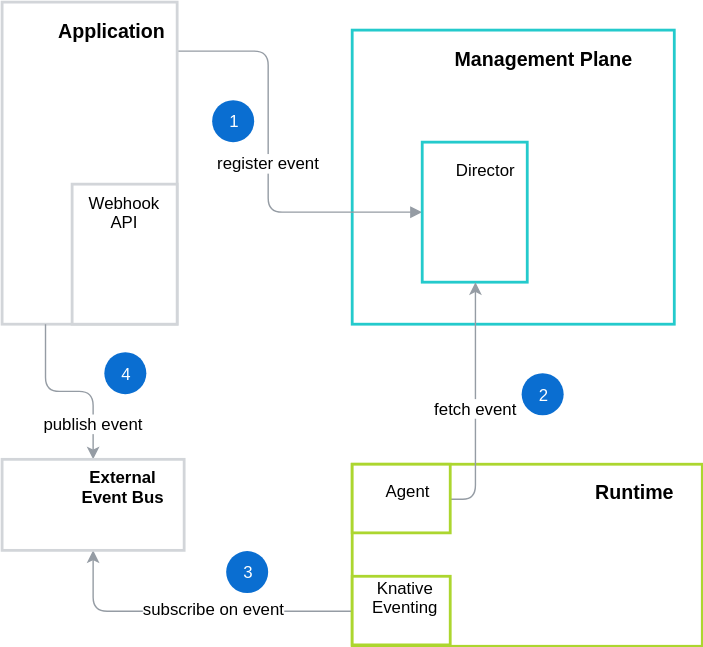
This is docs/architecture/assets/external-event-flow.svg from kyma-incubator/compass, a draw.io export, as it was before one commit. Source tidied: cells renumbered, new cells last; positions are measured from the earlier drawing's top-left corner, leaving out a move shared by most shapes. Source of this version:
```xml
<mxGraphModel background="#FFFFFF">
  <root>
    <mxCell id="0" />
    <mxCell id="1" parent="0" />
    <mxCell id="2" style="rounded=0;whiteSpace=wrap;html=1;strokeColor=#24CACC;strokeWidth=2;horizontal=1;" parent="1" vertex="1">
      <mxGeometry x="250" y="20" width="230" height="210" as="geometry" />
    </mxCell>
    <mxCell id="3" value="Management Plane&lt;br style=&quot;font-size: 14px&quot;&gt;" style="text;html=1;strokeColor=none;fillColor=none;align=center;verticalAlign=middle;whiteSpace=wrap;rounded=0;fontStyle=1;fontSize=14;" parent="1" vertex="1">
      <mxGeometry x="300" y="30" width="172" height="20" as="geometry" />
    </mxCell>
    <mxCell id="4" style="rounded=0;whiteSpace=wrap;html=1;strokeColor=#ACD62F;strokeWidth=2;horizontal=1;" parent="1" vertex="1">
      <mxGeometry x="250" y="330" width="250" height="130" as="geometry" />
    </mxCell>
    <mxCell id="5" value="&amp;nbsp;Runtime&lt;br style=&quot;font-size: 14px;&quot;&gt;" style="text;html=1;strokeColor=none;fillColor=none;align=center;verticalAlign=middle;whiteSpace=wrap;rounded=0;fontStyle=1;fontSize=14;" parent="1" vertex="1">
      <mxGeometry x="412.5" y="339" width="74" height="20" as="geometry" />
    </mxCell>
    <mxCell id="6" value="register event" style="edgeStyle=orthogonalEdgeStyle;rounded=1;jettySize=auto;html=1;exitX=1;exitY=0.152;exitDx=0;exitDy=0;startArrow=none;startFill=0;endArrow=block;endFill=1;strokeColor=#959CA4;fontSize=12;exitPerimeter=0;entryX=0;entryY=0.5;entryDx=0;entryDy=0;" parent="1" edge="1" source="7" target="16">
      <mxGeometry relative="1" as="geometry">
        <Array as="points">
          <mxPoint x="190" y="35" />
          <mxPoint x="190" y="150" />
        </Array>
      </mxGeometry>
    </mxCell>
    <mxCell id="7" style="rounded=0;whiteSpace=wrap;html=1;strokeColor=#D2D5D9;strokeWidth=2;horizontal=1;" parent="1" vertex="1">
      <mxGeometry width="125" height="230" as="geometry" />
    </mxCell>
    <mxCell id="8" value="Application&amp;nbsp;&lt;br style=&quot;font-size: 14px;&quot;&gt;" style="text;html=1;strokeColor=none;fillColor=none;align=center;verticalAlign=middle;whiteSpace=wrap;rounded=0;fontStyle=1;fontSize=14;" parent="1" vertex="1">
      <mxGeometry x="40" y="10" width="80" height="20" as="geometry" />
    </mxCell>
    <mxCell id="9" style="edgeStyle=orthogonalEdgeStyle;rounded=1;jettySize=auto;html=1;strokeColor=#959CA4;exitX=0.25;exitY=1;exitDx=0;exitDy=0;" parent="1" edge="1" source="7" target="14">
      <mxGeometry relative="1" as="geometry" />
    </mxCell>
    <mxCell id="10" value="publish event&lt;br&gt;" style="text;html=1;align=center;verticalAlign=middle;labelBackgroundColor=#ffffff;" parent="9" vertex="1">
      <mxGeometry x="-0.7" relative="1" as="geometry">
        <mxPoint x="34" y="50" as="offset" />
      </mxGeometry>
    </mxCell>
    <mxCell id="11" style="rounded=0;whiteSpace=wrap;html=1;strokeColor=#D2D5D9;strokeWidth=2;horizontal=1;" parent="1" vertex="1">
      <mxGeometry x="50" y="130" width="75" height="100" as="geometry" />
    </mxCell>
    <mxCell id="12" style="edgeStyle=orthogonalEdgeStyle;rounded=1;jettySize=auto;html=1;strokeColor=#959CA4;exitX=0;exitY=0.5;exitDx=0;exitDy=0;" parent="1" edge="1" source="18" target="14">
      <mxGeometry relative="1" as="geometry" />
    </mxCell>
    <mxCell id="13" value="subscribe on event" style="text;html=1;align=center;verticalAlign=middle;labelBackgroundColor=#ffffff;" parent="12" vertex="1">
      <mxGeometry x="-0.14" y="-3" relative="1" as="geometry" />
    </mxCell>
    <mxCell id="14" style="rounded=0;whiteSpace=wrap;html=1;strokeColor=#D2D5D9;strokeWidth=2;horizontal=1;" parent="1" vertex="1">
      <mxGeometry y="326.5" width="130" height="65" as="geometry" />
    </mxCell>
    <mxCell id="15" value="Webhook API" style="text;html=1;strokeColor=none;fillColor=none;align=center;verticalAlign=middle;whiteSpace=wrap;rounded=0;fontSize=12;" parent="1" vertex="1">
      <mxGeometry x="67.5" y="140" width="40" height="20" as="geometry" />
    </mxCell>
    <mxCell id="16" style="rounded=0;whiteSpace=wrap;html=1;strokeColor=#24CACC;strokeWidth=2;horizontal=1;" parent="1" vertex="1">
      <mxGeometry x="300" y="100" width="75" height="100" as="geometry" />
    </mxCell>
    <mxCell id="17" value="Director" style="text;html=1;strokeColor=none;fillColor=none;align=center;verticalAlign=middle;whiteSpace=wrap;rounded=0;fontSize=12;" parent="1" vertex="1">
      <mxGeometry x="325" y="110" width="40" height="20" as="geometry" />
    </mxCell>
    <mxCell id="18" style="rounded=0;whiteSpace=wrap;html=1;strokeColor=#ACD62F;strokeWidth=2;horizontal=1;" parent="1" vertex="1">
      <mxGeometry x="250" y="410" width="70" height="49" as="geometry" />
    </mxCell>
    <mxCell id="19" value="Knative Eventing&lt;br&gt;" style="text;html=1;strokeColor=none;fillColor=none;align=center;verticalAlign=middle;whiteSpace=wrap;rounded=0;fontSize=12;fontStyle=0;" parent="1" vertex="1">
      <mxGeometry x="267.5" y="414.5" width="40" height="20" as="geometry" />
    </mxCell>
    <mxCell id="20" value="External Event Bus&lt;br&gt;&lt;br&gt;" style="text;html=1;strokeColor=none;fillColor=none;align=center;verticalAlign=middle;whiteSpace=wrap;rounded=0;fontStyle=1;" parent="1" vertex="1">
      <mxGeometry x="53" y="339" width="67" height="28" as="geometry" />
    </mxCell>
    <mxCell id="21" value="&lt;font style=&quot;font-size: 12px&quot;&gt;fetch event&lt;/font&gt;&lt;br&gt;" style="edgeStyle=orthogonalEdgeStyle;rounded=1;jettySize=auto;html=1;exitX=1;exitY=0.5;exitDx=0;exitDy=0;strokeColor=#959CA4;" parent="1" edge="1" source="22" target="16">
      <mxGeometry x="-0.04" relative="1" as="geometry">
        <Array as="points">
          <mxPoint x="338" y="355" />
        </Array>
      </mxGeometry>
    </mxCell>
    <mxCell id="22" style="rounded=0;whiteSpace=wrap;html=1;strokeColor=#ACD62F;strokeWidth=2;horizontal=1;" parent="1" vertex="1">
      <mxGeometry x="250" y="330" width="70" height="49" as="geometry" />
    </mxCell>
    <mxCell id="23" value="Agent&lt;br&gt;" style="text;html=1;strokeColor=none;fillColor=none;align=center;verticalAlign=middle;whiteSpace=wrap;rounded=0;" parent="1" vertex="1">
      <mxGeometry x="270" y="339" width="40" height="20" as="geometry" />
    </mxCell>
    <mxCell id="24" value="1" style="ellipse;whiteSpace=wrap;html=1;strokeColor=none;strokeWidth=1;fillColor=#0A6ED1;fontColor=#FFFFFF;" parent="1" vertex="1">
      <mxGeometry x="150" y="70" width="30" height="30" as="geometry" />
    </mxCell>
    <mxCell id="25" value="2" style="ellipse;whiteSpace=wrap;html=1;strokeColor=none;strokeWidth=1;fillColor=#0A6ED1;fontColor=#FFFFFF;" parent="1" vertex="1">
      <mxGeometry x="371" y="265" width="30" height="30" as="geometry" />
    </mxCell>
    <mxCell id="26" value="4" style="ellipse;whiteSpace=wrap;html=1;strokeColor=none;strokeWidth=1;fillColor=#0A6ED1;fontColor=#FFFFFF;" parent="1" vertex="1">
      <mxGeometry x="72.5" y="250" width="30" height="30" as="geometry" />
    </mxCell>
    <mxCell id="27" value="3" style="ellipse;whiteSpace=wrap;html=1;strokeColor=none;strokeWidth=1;fillColor=#0A6ED1;fontColor=#FFFFFF;" parent="1" vertex="1">
      <mxGeometry x="160" y="391.5" width="30" height="30" as="geometry" />
    </mxCell>
  </root>
</mxGraphModel>
```
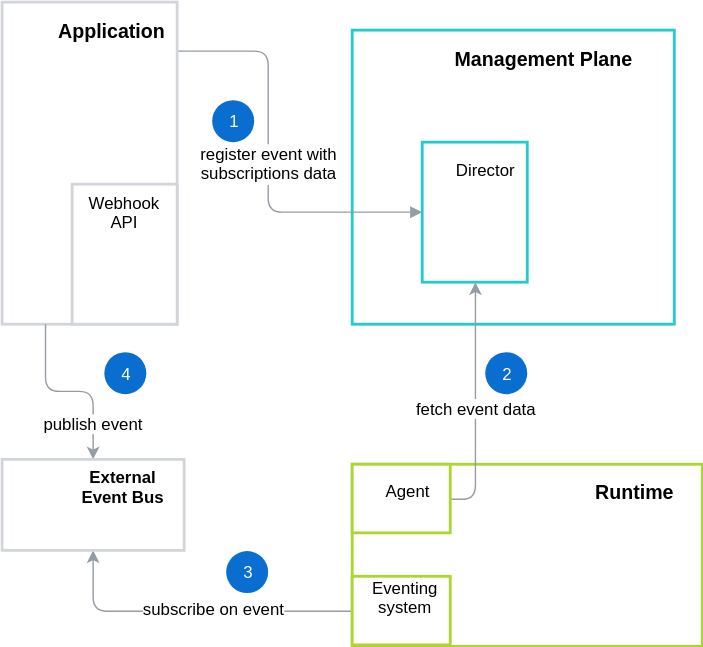
After the commit.

Diff of the diagram source:
```diff
@@ -14,7 +14,7 @@
     <mxCell id="5" value="&amp;nbsp;Runtime&lt;br style=&quot;font-size: 14px;&quot;&gt;" style="text;html=1;strokeColor=none;fillColor=none;align=center;verticalAlign=middle;whiteSpace=wrap;rounded=0;fontStyle=1;fontSize=14;" parent="1" vertex="1">
       <mxGeometry x="412.5" y="339" width="74" height="20" as="geometry" />
     </mxCell>
-    <mxCell id="6" value="register event" style="edgeStyle=orthogonalEdgeStyle;rounded=1;jettySize=auto;html=1;exitX=1;exitY=0.152;exitDx=0;exitDy=0;startArrow=none;startFill=0;endArrow=block;endFill=1;strokeColor=#959CA4;fontSize=12;exitPerimeter=0;entryX=0;entryY=0.5;entryDx=0;entryDy=0;" parent="1" edge="1" source="7" target="16">
+    <mxCell id="6" value="register event with&lt;br&gt;subscriptions data&lt;br&gt;" style="edgeStyle=orthogonalEdgeStyle;rounded=1;jettySize=auto;html=1;exitX=1;exitY=0.152;exitDx=0;exitDy=0;startArrow=none;startFill=0;endArrow=block;endFill=1;strokeColor=#959CA4;fontSize=12;exitPerimeter=0;entryX=0;entryY=0.5;entryDx=0;entryDy=0;" parent="1" edge="1" source="7" target="16">
       <mxGeometry relative="1" as="geometry">
         <Array as="points">
           <mxPoint x="190" y="35" />
@@ -60,13 +60,13 @@
     <mxCell id="18" style="rounded=0;whiteSpace=wrap;html=1;strokeColor=#ACD62F;strokeWidth=2;horizontal=1;" parent="1" vertex="1">
       <mxGeometry x="250" y="410" width="70" height="49" as="geometry" />
     </mxCell>
-    <mxCell id="19" value="Knative Eventing&lt;br&gt;" style="text;html=1;strokeColor=none;fillColor=none;align=center;verticalAlign=middle;whiteSpace=wrap;rounded=0;fontSize=12;fontStyle=0;" parent="1" vertex="1">
+    <mxCell id="19" value="Eventing system&lt;br&gt;" style="text;html=1;strokeColor=none;fillColor=none;align=center;verticalAlign=middle;whiteSpace=wrap;rounded=0;fontSize=12;fontStyle=0;" parent="1" vertex="1">
       <mxGeometry x="267.5" y="414.5" width="40" height="20" as="geometry" />
     </mxCell>
     <mxCell id="20" value="External Event Bus&lt;br&gt;&lt;br&gt;" style="text;html=1;strokeColor=none;fillColor=none;align=center;verticalAlign=middle;whiteSpace=wrap;rounded=0;fontStyle=1;" parent="1" vertex="1">
       <mxGeometry x="53" y="339" width="67" height="28" as="geometry" />
     </mxCell>
-    <mxCell id="21" value="&lt;font style=&quot;font-size: 12px&quot;&gt;fetch event&lt;/font&gt;&lt;br&gt;" style="edgeStyle=orthogonalEdgeStyle;rounded=1;jettySize=auto;html=1;exitX=1;exitY=0.5;exitDx=0;exitDy=0;strokeColor=#959CA4;" parent="1" edge="1" source="22" target="16">
+    <mxCell id="21" value="&lt;font style=&quot;font-size: 12px&quot;&gt;fetch event data&lt;/font&gt;&lt;br&gt;" style="edgeStyle=orthogonalEdgeStyle;rounded=1;jettySize=auto;html=1;exitX=1;exitY=0.5;exitDx=0;exitDy=0;strokeColor=#959CA4;" parent="1" edge="1" source="22" target="16">
       <mxGeometry x="-0.04" relative="1" as="geometry">
         <Array as="points">
           <mxPoint x="338" y="355" />
@@ -83,7 +83,7 @@
       <mxGeometry x="150" y="70" width="30" height="30" as="geometry" />
     </mxCell>
     <mxCell id="25" value="2" style="ellipse;whiteSpace=wrap;html=1;strokeColor=none;strokeWidth=1;fillColor=#0A6ED1;fontColor=#FFFFFF;" parent="1" vertex="1">
-      <mxGeometry x="371" y="265" width="30" height="30" as="geometry" />
+      <mxGeometry x="345" y="250" width="30" height="30" as="geometry" />
     </mxCell>
     <mxCell id="26" value="4" style="ellipse;whiteSpace=wrap;html=1;strokeColor=none;strokeWidth=1;fillColor=#0A6ED1;fontColor=#FFFFFF;" parent="1" vertex="1">
       <mxGeometry x="72.5" y="250" width="30" height="30" as="geometry" />
```
